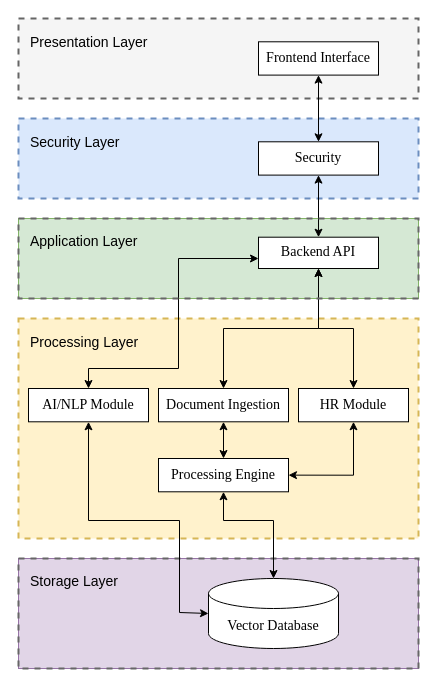
zainulhassan815/fyp-docs-draft keeps this draw.io diagram as src/images/architecture_diagram.drawio. Above is the earlier version. Source tidied: cells renumbered, new cells numbered last; positions are measured from the earlier drawing's top-left corner, leaving out a move shared by most shapes. Both pictures are drawn from the tidied source at 100%, with x=0, y=0 at pixel (18, 18).
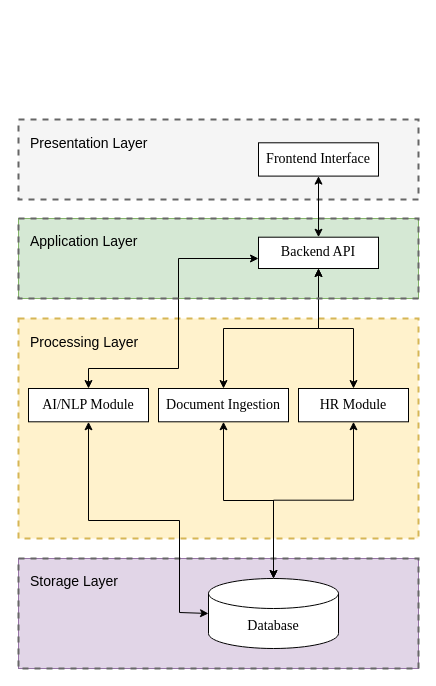
After the change.

Commit message (it also covers changes not shown here):
Update diagrams and templates

The change refers to these unchanged cells:
```xml
<mxCell id="4" style="group;fillColor=#e1d5e7;strokeColor=#9673a6;" parent="1" vertex="1">
  <mxGeometry y="540" width="400" height="110" as="geometry" />
</mxCell>
<mxCell id="13" value="Document Ingestion" style="rounded=0;whiteSpace=wrap;html=1;fontSize=14;fontStyle=0;fontFamily=Times New Roman;" parent="1" vertex="1">
  <mxGeometry x="140" y="370" width="130" height="33.3" as="geometry" />
</mxCell>
<mxCell id="15" value="HR Module" style="rounded=0;whiteSpace=wrap;html=1;fontSize=14;fontStyle=0;fontFamily=Times New Roman;" parent="1" vertex="1">
  <mxGeometry x="280" y="370" width="110" height="33.3" as="geometry" />
</mxCell>
<mxCell id="25" value="&lt;font style=&quot;font-size: 14px;&quot; face=&quot;Times New Roman&quot;&gt;Backend API&lt;/font&gt;" style="rounded=0;whiteSpace=wrap;html=1;fontSize=12;fontStyle=0;" parent="1" vertex="1">
  <mxGeometry x="240" y="218.7" width="120" height="31.3" as="geometry" />
</mxCell>
```

Diff of the diagram source:
```diff
@@
     <mxCell id="2" style="rounded=0;whiteSpace=wrap;html=1;dashed=1;fillColor=#f5f5f5;strokeWidth=2;strokeColor=#666666;glass=0;shadow=0;fontColor=#333333;" parent="1" vertex="1">
-      <mxGeometry width="400" height="80" as="geometry" />
+      <mxGeometry y="101" width="400" height="80" as="geometry" />
     </mxCell>
-    <mxCell id="3" style="group;align=left;strokeColor=#6c8ebf;dashed=1;strokeWidth=2;fillColor=#dae8fc;labelBackgroundColor=none;" parent="1" vertex="1">
-      <mxGeometry y="100" width="400" height="80" as="geometry" />
-    </mxCell>
@@
-    <mxCell id="7" value="Vector Database" style="shape=cylinder3;whiteSpace=wrap;html=1;boundedLbl=1;backgroundOutline=1;size=15;fontFamily=Times New Roman;fontSize=14;" parent="4" vertex="1">
+    <mxCell id="7" value="Database" style="shape=cylinder3;whiteSpace=wrap;html=1;boundedLbl=1;backgroundOutline=1;size=15;fontFamily=Times New Roman;fontSize=14;" parent="4" vertex="1">
       <mxGeometry x="190" y="20" width="130" height="70" as="geometry" />
     </mxCell>
@@
-    <mxCell id="12" style="edgeStyle=orthogonalEdgeStyle;rounded=0;jettySize=auto;html=1;entryX=0.5;entryY=0;entryDx=0;entryDy=0;startArrow=classic;startFill=1;" parent="1" edge="1" source="13" target="17">
-      <mxGeometry relative="1" as="geometry" />
-    </mxCell>
@@
-    <mxCell id="14" style="edgeStyle=orthogonalEdgeStyle;rounded=0;jettySize=auto;html=1;entryX=1;entryY=0.5;entryDx=0;entryDy=0;exitX=0.5;exitY=1;exitDx=0;exitDy=0;startArrow=classic;startFill=1;" parent="1" edge="1" source="15" target="17">
+    <mxCell id="14" style="edgeStyle=orthogonalEdgeStyle;rounded=0;jettySize=auto;html=1;entryX=0.5;entryY=0;entryDx=0;entryDy=0;exitX=0.5;exitY=1;exitDx=0;exitDy=0;startArrow=classic;startFill=1;entryPerimeter=0;" parent="1" edge="1" source="15" target="7">
       <mxGeometry relative="1" as="geometry" />
     </mxCell>
@@
-    <mxCell id="16" style="edgeStyle=orthogonalEdgeStyle;rounded=0;jettySize=auto;html=1;startArrow=classic;startFill=1;" parent="1" edge="1" source="17" target="7">
+    <mxCell id="16" style="edgeStyle=orthogonalEdgeStyle;rounded=0;jettySize=auto;html=1;startArrow=classic;startFill=1;exitX=0.5;exitY=1;exitDx=0;exitDy=0;" parent="1" edge="1" source="13" target="7">
       <mxGeometry relative="1" as="geometry">
         <Array as="points">
-          <mxPoint x="205" y="502" />
-          <mxPoint x="255" y="502" />
+          <mxPoint x="205" y="482" />
+          <mxPoint x="255" y="482" />
         </Array>
       </mxGeometry>
     </mxCell>
-    <mxCell id="17" value="Processing Engine" style="rounded=0;whiteSpace=wrap;html=1;fontSize=14;fontStyle=0;fontFamily=Times New Roman;" parent="1" vertex="1">
-      <mxGeometry x="140" y="440" width="130" height="33.3" as="geometry" />
-    </mxCell>
-    <mxCell id="18" style="edgeStyle=orthogonalEdgeStyle;rounded=0;jettySize=auto;html=1;entryX=0.5;entryY=0;entryDx=0;entryDy=0;startArrow=classic;startFill=1;" parent="1" edge="1" source="29" target="27">
-      <mxGeometry relative="1" as="geometry" />
-    </mxCell>
-    <mxCell id="19" style="edgeStyle=orthogonalEdgeStyle;rounded=0;jettySize=auto;html=1;entryX=0.5;entryY=0;entryDx=0;entryDy=0;startArrow=classic;startFill=1;" parent="1" edge="1" source="27" target="25">
-      <mxGeometry relative="1" as="geometry" />
-    </mxCell>
@@
-    <mxCell id="26" value="Security Layer" style="text;strokeColor=none;align=left;fillColor=none;html=1;verticalAlign=middle;whiteSpace=wrap;rounded=0;fontFamily=Helvetica;fontSize=14;" parent="1" vertex="1">
-      <mxGeometry x="10" y="108.3" width="160" height="31.7" as="geometry" />
-    </mxCell>
-    <mxCell id="27" value="Security" style="rounded=0;whiteSpace=wrap;html=1;fontSize=14;fontStyle=0;fontFamily=Times New Roman;strokeColor=default;" parent="1" vertex="1">
-      <mxGeometry x="240" y="123.3" width="120" height="33.3" as="geometry" />
-    </mxCell>
     <mxCell id="28" value="Presentation Layer" style="text;strokeColor=none;align=left;fillColor=none;html=1;verticalAlign=middle;whiteSpace=wrap;rounded=0;fontFamily=Helvetica;fontSize=14;" parent="1" vertex="1">
-      <mxGeometry x="10" y="8.3" width="160" height="31.7" as="geometry" />
+      <mxGeometry x="10" y="109.3" width="160" height="31.7" as="geometry" />
     </mxCell>
+    <mxCell id="31" style="edgeStyle=orthogonalEdgeStyle;rounded=0;jettySize=auto;html=1;entryX=0.5;entryY=0;entryDx=0;entryDy=0;startArrow=classic;startFill=1;" parent="1" edge="1" source="29" target="25">
+      <mxGeometry relative="1" as="geometry" />
+    </mxCell>
     <mxCell id="29" value="Frontend Interface" style="rounded=0;whiteSpace=wrap;html=1;fontSize=14;fontStyle=0;fontFamily=Times New Roman;" parent="1" vertex="1">
-      <mxGeometry x="240" y="23.3" width="120" height="33.3" as="geometry" />
+      <mxGeometry x="240" y="124.3" width="120" height="33.3" as="geometry" />
     </mxCell>
```
